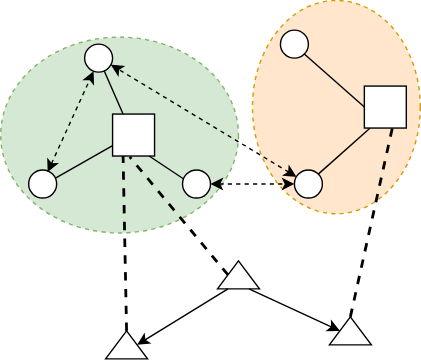
gk3046/testgkkk keeps this draw.io diagram as 未命名绘图.drawio.svg. Above is the earlier version. Source tidied: cells renumbered, new cells last; positions are measured from the earlier drawing's top-left corner, leaving out a move shared by most shapes. Its diagram source:
```xml
<mxGraphModel>
  <root>
    <mxCell id="0" />
    <mxCell id="1" parent="0" />
    <mxCell id="2" style="ellipse;whiteSpace=wrap;html=1;dashed=1;fillColor=#ffe6cc;strokeColor=#d79b00;" parent="1" vertex="1">
      <mxGeometry x="180" y="-0.2" width="120" height="152.5" as="geometry" />
    </mxCell>
    <mxCell id="3" style="ellipse;whiteSpace=wrap;html=1;dashed=1;fillColor=#d5e8d4;strokeColor=#82b366;" parent="1" vertex="1">
      <mxGeometry y="26" width="170" height="140" as="geometry" />
    </mxCell>
    <mxCell id="4" style="ellipse;whiteSpace=wrap;html=1;" parent="1" vertex="1">
      <mxGeometry x="20" y="121" width="20" height="20" as="geometry" />
    </mxCell>
    <mxCell id="5" style="rounded=1;whiteSpace=wrap;html=1;arcSize=0;direction=west;" parent="1" vertex="1">
      <mxGeometry x="80" y="81" width="30" height="30" as="geometry" />
    </mxCell>
    <mxCell id="6" style="endArrow=none;html=1;rounded=0;entryX=1;entryY=0.25;entryDx=0;entryDy=0;exitX=0.958;exitY=0.287;exitDx=0;exitDy=0;exitPerimeter=0;" parent="1" edge="1" source="4" target="5">
      <mxGeometry relative="1" as="geometry" />
    </mxCell>
    <mxCell id="7" style="ellipse;whiteSpace=wrap;html=1;" parent="1" vertex="1">
      <mxGeometry x="200" y="21" width="20" height="20" as="geometry" />
    </mxCell>
    <mxCell id="8" style="rounded=1;whiteSpace=wrap;html=1;arcSize=0;direction=west;" parent="1" vertex="1">
      <mxGeometry x="260" y="61" width="30" height="30" as="geometry" />
    </mxCell>
    <mxCell id="9" style="endArrow=none;html=1;rounded=0;entryX=1;entryY=0.5;entryDx=0;entryDy=0;exitX=1;exitY=1;exitDx=0;exitDy=0;" parent="1" edge="1" source="7" target="8">
      <mxGeometry relative="1" as="geometry" />
    </mxCell>
    <mxCell id="10" style="ellipse;whiteSpace=wrap;html=1;" parent="1" vertex="1">
      <mxGeometry x="60" y="31" width="20" height="20" as="geometry" />
    </mxCell>
    <mxCell id="11" style="endArrow=none;html=1;rounded=0;entryX=0.75;entryY=1;entryDx=0;entryDy=0;exitX=0.702;exitY=0.958;exitDx=0;exitDy=0;exitPerimeter=0;" parent="1" edge="1" source="10" target="5">
      <mxGeometry relative="1" as="geometry" />
    </mxCell>
    <mxCell id="12" style="ellipse;whiteSpace=wrap;html=1;" parent="1" vertex="1">
      <mxGeometry x="130" y="121" width="20" height="20" as="geometry" />
    </mxCell>
    <mxCell id="13" style="endArrow=none;html=1;rounded=0;entryX=0.129;entryY=0;entryDx=0;entryDy=0;exitX=0.042;exitY=0.322;exitDx=0;exitDy=0;exitPerimeter=0;entryPerimeter=0;" parent="1" edge="1" source="12" target="5">
      <mxGeometry relative="1" as="geometry" />
    </mxCell>
    <mxCell id="14" style="ellipse;whiteSpace=wrap;html=1;" parent="1" vertex="1">
      <mxGeometry x="210" y="121" width="20" height="20" as="geometry" />
    </mxCell>
    <mxCell id="15" style="endArrow=none;html=1;rounded=0;entryX=0.868;entryY=-0.003;entryDx=0;entryDy=0;exitX=1;exitY=0;exitDx=0;exitDy=0;entryPerimeter=0;" parent="1" edge="1" source="14" target="8">
      <mxGeometry relative="1" as="geometry" />
    </mxCell>
    <mxCell id="16" style="triangle;whiteSpace=wrap;html=1;rotation=-90;" parent="1" vertex="1">
      <mxGeometry x="160" y="181" width="20" height="30" as="geometry" />
    </mxCell>
    <mxCell id="17" style="triangle;whiteSpace=wrap;html=1;rotation=-90;" parent="1" vertex="1">
      <mxGeometry x="240" y="221" width="20" height="30" as="geometry" />
    </mxCell>
    <mxCell id="18" style="triangle;whiteSpace=wrap;html=1;rotation=-90;" parent="1" vertex="1">
      <mxGeometry x="80" y="231" width="20" height="30" as="geometry" />
    </mxCell>
    <mxCell id="19" style="endArrow=none;dashed=1;html=1;strokeWidth=2;rounded=0;exitX=1;exitY=0.5;exitDx=0;exitDy=0;entryX=0.75;entryY=0;entryDx=0;entryDy=0;" parent="1" edge="1" source="18" target="5">
      <mxGeometry relative="1" as="geometry" />
    </mxCell>
    <mxCell id="20" style="endArrow=none;html=1;strokeWidth=2;rounded=0;exitX=0.5;exitY=0;exitDx=0;exitDy=0;entryX=0.591;entryY=-0.022;entryDx=0;entryDy=0;dashed=1;entryPerimeter=0;" parent="1" edge="1" source="16" target="5">
      <mxGeometry relative="1" as="geometry" />
    </mxCell>
    <mxCell id="21" style="endArrow=none;dashed=1;html=1;strokeWidth=2;rounded=0;entryX=0.5;entryY=0;entryDx=0;entryDy=0;exitX=1;exitY=0.5;exitDx=0;exitDy=0;" parent="1" edge="1" source="17">
      <mxGeometry relative="1" as="geometry">
        <mxPoint x="280" y="91" as="targetPoint" />
      </mxGeometry>
    </mxCell>
    <mxCell id="22" style="endArrow=classic;html=1;rounded=0;exitX=0;exitY=0.25;exitDx=0;exitDy=0;entryX=0.5;entryY=1;entryDx=0;entryDy=0;" parent="1" edge="1" source="16" target="18">
      <mxGeometry relative="1" as="geometry" />
    </mxCell>
    <mxCell id="23" style="endArrow=classic;html=1;rounded=0;exitX=0;exitY=0.75;exitDx=0;exitDy=0;entryX=0.5;entryY=0;entryDx=0;entryDy=0;" parent="1" edge="1" source="16" target="17">
      <mxGeometry relative="1" as="geometry" />
    </mxCell>
    <mxCell id="24" style="endArrow=classic;startArrow=classic;html=1;rounded=0;dashed=1;entryX=0.32;entryY=0.97;entryDx=0;entryDy=0;entryPerimeter=0;exitX=0.68;exitY=0.07;exitDx=0;exitDy=0;exitPerimeter=0;" parent="1" edge="1" source="4" target="10">
      <mxGeometry relative="1" as="geometry" />
    </mxCell>
    <mxCell id="25" style="endArrow=classic;startArrow=classic;html=1;rounded=0;dashed=1;entryX=0.937;entryY=0.737;entryDx=0;entryDy=0;entryPerimeter=0;" parent="1" edge="1" source="14" target="10">
      <mxGeometry relative="1" as="geometry" />
    </mxCell>
    <mxCell id="26" style="endArrow=classic;startArrow=classic;html=1;rounded=0;dashed=1;exitX=1;exitY=0.5;exitDx=0;exitDy=0;" parent="1" edge="1" source="12">
      <mxGeometry relative="1" as="geometry">
        <mxPoint x="210" y="131" as="targetPoint" />
      </mxGeometry>
    </mxCell>
  </root>
</mxGraphModel>
```
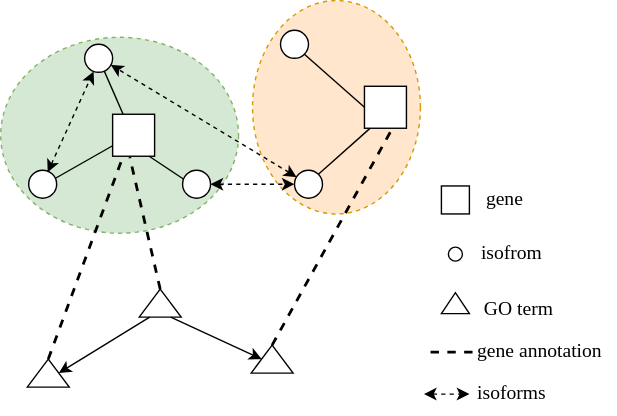
Above is the later version.

Commit message:
更新未命名绘图.drawio.svg

Change to the diagram source:
```diff
@@ -45,18 +45,18 @@
       <mxGeometry relative="1" as="geometry" />
     </mxCell>
     <mxCell id="16" style="triangle;whiteSpace=wrap;html=1;rotation=-90;" parent="1" vertex="1">
-      <mxGeometry x="160" y="181" width="20" height="30" as="geometry" />
+      <mxGeometry x="104" y="201" width="20" height="30" as="geometry" />
     </mxCell>
     <mxCell id="17" style="triangle;whiteSpace=wrap;html=1;rotation=-90;" parent="1" vertex="1">
-      <mxGeometry x="240" y="221" width="20" height="30" as="geometry" />
+      <mxGeometry x="184" y="241" width="20" height="30" as="geometry" />
     </mxCell>
     <mxCell id="18" style="triangle;whiteSpace=wrap;html=1;rotation=-90;" parent="1" vertex="1">
-      <mxGeometry x="80" y="231" width="20" height="30" as="geometry" />
+      <mxGeometry x="24" y="251" width="20" height="30" as="geometry" />
     </mxCell>
     <mxCell id="19" style="endArrow=none;dashed=1;html=1;strokeWidth=2;rounded=0;exitX=1;exitY=0.5;exitDx=0;exitDy=0;entryX=0.75;entryY=0;entryDx=0;entryDy=0;" parent="1" edge="1" source="18" target="5">
       <mxGeometry relative="1" as="geometry" />
     </mxCell>
-    <mxCell id="20" style="endArrow=none;html=1;strokeWidth=2;rounded=0;exitX=0.5;exitY=0;exitDx=0;exitDy=0;entryX=0.591;entryY=-0.022;entryDx=0;entryDy=0;dashed=1;entryPerimeter=0;" parent="1" edge="1" source="16" target="5">
+    <mxCell id="20" style="endArrow=none;html=1;strokeWidth=2;rounded=0;exitX=1;exitY=0.5;exitDx=0;exitDy=0;entryX=0.591;entryY=-0.022;entryDx=0;entryDy=0;dashed=1;entryPerimeter=0;" parent="1" edge="1" source="16" target="5">
       <mxGeometry relative="1" as="geometry" />
     </mxCell>
     <mxCell id="21" style="endArrow=none;dashed=1;html=1;strokeWidth=2;rounded=0;entryX=0.5;entryY=0;entryDx=0;entryDy=0;exitX=1;exitY=0.5;exitDx=0;exitDy=0;" parent="1" edge="1" source="17">
@@ -81,5 +81,41 @@
         <mxPoint x="210" y="131" as="targetPoint" />
       </mxGeometry>
     </mxCell>
+    <mxCell id="27" style="ellipse;whiteSpace=wrap;html=1;" parent="1" vertex="1">
+      <mxGeometry x="320" y="176" width="10" height="10" as="geometry" />
+    </mxCell>
+    <mxCell id="28" value="&lt;font style=&quot;font-size: 14px;&quot; face=&quot;Times New Roman&quot;&gt;isofrom&lt;/font&gt;" style="text;html=1;align=center;verticalAlign=middle;strokeColor=none;fillColor=none;" parent="1" vertex="1">
+      <mxGeometry x="330" y="166" width="70" height="30" as="geometry" />
+    </mxCell>
+    <mxCell id="29" style="rounded=1;whiteSpace=wrap;html=1;arcSize=0;direction=west;" parent="1" vertex="1">
+      <mxGeometry x="315" y="132.2" width="20" height="20" as="geometry" />
+    </mxCell>
+    <mxCell id="30" value="&lt;font style=&quot;font-size: 14px;&quot; face=&quot;Times New Roman&quot;&gt;gene&lt;/font&gt;" style="text;html=1;align=center;verticalAlign=middle;strokeColor=none;fillColor=none;" parent="1" vertex="1">
+      <mxGeometry x="335" y="127.2" width="50" height="30" as="geometry" />
+    </mxCell>
+    <mxCell id="31" style="triangle;whiteSpace=wrap;html=1;rotation=-90;" parent="1" vertex="1">
+      <mxGeometry x="317.5" y="206" width="15" height="20" as="geometry" />
+    </mxCell>
+    <mxCell id="32" value="&lt;font style=&quot;font-size: 14px;&quot; face=&quot;Times New Roman&quot;&gt;GO term&lt;/font&gt;" style="text;html=1;align=center;verticalAlign=middle;strokeColor=none;fillColor=none;" parent="1" vertex="1">
+      <mxGeometry x="335" y="206" width="70" height="30" as="geometry" />
+    </mxCell>
+    <mxCell id="33" style="endArrow=none;dashed=1;html=1;strokeWidth=2;rounded=0;exitX=1;exitY=0.5;exitDx=0;exitDy=0;" parent="1" edge="1">
+      <mxGeometry relative="1" as="geometry">
+        <mxPoint x="307.2" y="251" as="sourcePoint" />
+        <mxPoint x="342.8" y="251" as="targetPoint" />
+      </mxGeometry>
+    </mxCell>
+    <mxCell id="34" value="&lt;font style=&quot;font-size: 14px;&quot; face=&quot;Times New Roman&quot;&gt;gene annotation&lt;/font&gt;" style="text;html=1;align=center;verticalAlign=middle;strokeColor=none;fillColor=none;" parent="1" vertex="1">
+      <mxGeometry x="330" y="236" width="110" height="30" as="geometry" />
+    </mxCell>
+    <mxCell id="35" style="endArrow=classic;startArrow=classic;html=1;rounded=0;dashed=1;exitX=1;exitY=0.5;exitDx=0;exitDy=0;" parent="1" edge="1">
+      <mxGeometry relative="1" as="geometry">
+        <mxPoint x="302.5" y="281" as="sourcePoint" />
+        <mxPoint x="335" y="281" as="targetPoint" />
+      </mxGeometry>
+    </mxCell>
+    <mxCell id="36" value="&lt;font face=&quot;Times New Roman&quot; style=&quot;font-size: 14px;&quot;&gt;isoforms&lt;/font&gt;" style="text;html=1;align=center;verticalAlign=middle;strokeColor=none;fillColor=none;" parent="1" vertex="1">
+      <mxGeometry x="330" y="266" width="70" height="30" as="geometry" />
+    </mxCell>
   </root>
 </mxGraphModel>
```
